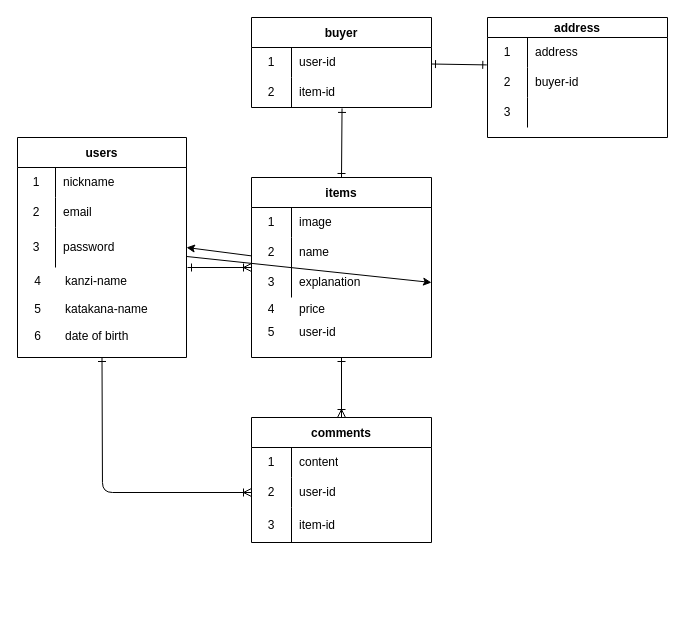
This is furima.dio from i-ga-ra-shi/furima-37346, a draw.io file, before an edit. Source tidied: cells renumbered, new cells numbered last; positions are measured from the earlier drawing's top-left corner, leaving out a move shared by most shapes. Both pictures are drawn from the tidied source at 100%, with x=0, y=0 at pixel (17, 17).
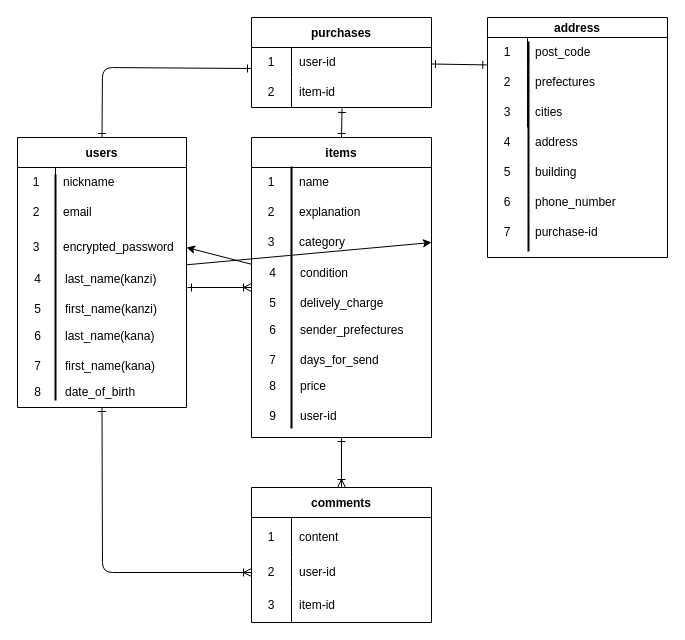
The same diagram, later.

Commit message (it also covers changes not shown here):
データベース設計(2)

Unchanged cells that the change refers to:
```xml
<mxCell id="12" style="shape=tableRow;horizontal=0;startSize=0;swimlaneHead=0;swimlaneBody=0;top=0;left=0;bottom=0;right=0;fillColor=none;" parent="5" vertex="1">
  <mxGeometry y="90" width="169" height="40" as="geometry" />
</mxCell>
<mxCell id="18" style="shape=tableRow;horizontal=0;startSize=0;swimlaneHead=0;swimlaneBody=0;top=0;left=0;bottom=0;right=0;fillColor=none;" parent="17" vertex="1">
  <mxGeometry y="30" width="180" height="30" as="geometry" />
</mxCell>
<mxCell id="21" style="shape=tableRow;horizontal=0;startSize=0;swimlaneHead=0;swimlaneBody=0;top=0;left=0;bottom=0;right=0;fillColor=none;" parent="17" vertex="1">
  <mxGeometry y="60" width="180" height="30" as="geometry" />
</mxCell>
<mxCell id="24" style="shape=tableRow;horizontal=0;startSize=0;swimlaneHead=0;swimlaneBody=0;top=0;left=0;bottom=0;right=0;fillColor=none;" parent="17" vertex="1">
  <mxGeometry y="90" width="180" height="30" as="geometry" />
</mxCell>
<mxCell id="47" style="shape=tableRow;horizontal=0;startSize=0;swimlaneHead=0;swimlaneBody=0;top=0;left=0;bottom=0;right=0;fillColor=none;" parent="46" vertex="1">
  <mxGeometry y="20" width="180" height="30" as="geometry" />
</mxCell>
<mxCell id="50" style="shape=tableRow;horizontal=0;startSize=0;swimlaneHead=0;swimlaneBody=0;top=0;left=0;bottom=0;right=0;fillColor=none;points=[[0,0.5],[1,0.5]];portConstraint=eastwest;" parent="46" vertex="1">
  <mxGeometry y="50" width="180" height="30" as="geometry" />
</mxCell>
<mxCell id="53" style="shape=tableRow;horizontal=0;startSize=0;swimlaneHead=0;swimlaneBody=0;top=0;left=0;bottom=0;right=0;fillColor=none;" parent="46" vertex="1">
  <mxGeometry y="80" width="180" height="30" as="geometry" />
</mxCell>
```

Change to the diagram source:
```diff
@@
     <mxCell id="3" style="edgeStyle=none;html=1;startArrow=ERone;startFill=0;endArrow=ERoneToMany;endFill=0;" parent="1" edge="1" target="17">
       <mxGeometry relative="1" as="geometry">
-        <mxPoint x="170" y="250" as="sourcePoint" />
+        <mxPoint x="170" y="270" as="sourcePoint" />
       </mxGeometry>
     </mxCell>
     <mxCell id="4" style="edgeStyle=none;html=1;entryX=0;entryY=0.5;entryDx=0;entryDy=0;startArrow=ERone;startFill=0;endArrow=ERoneToMany;endFill=0;exitX=0.5;exitY=1;exitDx=0;exitDy=0;" parent="1" edge="1" source="5" target="32">
       <mxGeometry relative="1" as="geometry">
         <Array as="points">
-          <mxPoint x="85" y="475" />
+          <mxPoint x="85" y="555" />
         </Array>
       </mxGeometry>
     </mxCell>
     <mxCell id="5" value="users" style="shape=table;startSize=30;childLayout=tableLayout;rowLines=0;fontStyle=1;" parent="1" vertex="1">
-      <mxGeometry y="120" width="169" height="220" as="geometry" />
+      <mxGeometry y="120" width="169" height="270" as="geometry" />
     </mxCell>
@@
-    <mxCell id="14" value="password" style="shape=partialRectangle;html=1;whiteSpace=wrap;fillColor=none;top=0;left=0;bottom=0;right=0;align=left;spacingLeft=6;overflow=hidden;" parent="12" vertex="1">
+    <mxCell id="14" value="encrypted_password" style="shape=partialRectangle;html=1;whiteSpace=wrap;fillColor=none;top=0;left=0;bottom=0;right=0;align=left;spacingLeft=6;overflow=hidden;" parent="12" vertex="1">
       <mxGeometry x="38" width="131" height="40" as="geometry" />
     </mxCell>
@@
     <mxCell id="17" value="items" style="shape=table;startSize=30;childLayout=tableLayout;rowLines=0;fontStyle=1;" parent="1" vertex="1">
-      <mxGeometry x="234" y="160" width="180" height="180" as="geometry" />
+      <mxGeometry x="234" y="120" width="180" height="300" as="geometry" />
     </mxCell>
@@
-    <mxCell id="20" value="image" style="shape=partialRectangle;html=1;whiteSpace=wrap;fillColor=none;top=0;left=0;bottom=0;right=0;align=left;spacingLeft=6;overflow=hidden;" parent="18" vertex="1">
+    <mxCell id="20" value="name" style="shape=partialRectangle;html=1;whiteSpace=wrap;fillColor=none;top=0;left=0;bottom=0;right=0;align=left;spacingLeft=6;overflow=hidden;" parent="18" vertex="1">
       <mxGeometry x="40" width="140" height="30" as="geometry" />
     </mxCell>
@@
-    <mxCell id="23" value="name" style="shape=partialRectangle;html=1;whiteSpace=wrap;fillColor=none;top=0;left=0;bottom=0;right=0;align=left;spacingLeft=6;overflow=hidden;" parent="21" vertex="1">
+    <mxCell id="23" value="explanation" style="shape=partialRectangle;html=1;whiteSpace=wrap;fillColor=none;top=0;left=0;bottom=0;right=0;align=left;spacingLeft=6;overflow=hidden;" parent="21" vertex="1">
       <mxGeometry x="40" width="140" height="30" as="geometry" />
     </mxCell>
@@
-    <mxCell id="26" value="explanation" style="shape=partialRectangle;html=1;whiteSpace=wrap;fillColor=none;top=0;left=0;bottom=0;right=0;align=left;spacingLeft=6;overflow=hidden;" parent="24" vertex="1">
+    <mxCell id="26" value="category" style="shape=partialRectangle;html=1;whiteSpace=wrap;fillColor=none;top=0;left=0;bottom=0;right=0;align=left;spacingLeft=6;overflow=hidden;" parent="24" vertex="1">
       <mxGeometry x="40" width="140" height="30" as="geometry" />
     </mxCell>
@@
     <mxCell id="28" value="comments" style="shape=table;startSize=30;childLayout=tableLayout;rowLines=0;fontStyle=1;" parent="1" vertex="1">
-      <mxGeometry x="234" y="400" width="180" height="125" as="geometry" />
+      <mxGeometry x="234" y="470" width="180" height="135" as="geometry" />
     </mxCell>
     <mxCell id="29" style="shape=tableRow;horizontal=0;startSize=0;swimlaneHead=0;swimlaneBody=0;top=0;left=0;bottom=0;right=0;fillColor=none;" parent="28" vertex="1">
-      <mxGeometry y="30" width="180" height="30" as="geometry" />
+      <mxGeometry y="30" width="180" height="40" as="geometry" />
     </mxCell>
     <mxCell id="30" value="1" style="shape=partialRectangle;html=1;whiteSpace=wrap;fillColor=none;top=0;left=0;bottom=0;right=0;overflow=hidden;" parent="29" vertex="1">
-      <mxGeometry width="40" height="30" as="geometry" />
+      <mxGeometry width="40" height="40" as="geometry" />
     </mxCell>
     <mxCell id="31" value="content" style="shape=partialRectangle;html=1;whiteSpace=wrap;fillColor=none;top=0;left=0;bottom=0;right=0;align=left;spacingLeft=6;overflow=hidden;" parent="29" vertex="1">
-      <mxGeometry x="40" width="140" height="30" as="geometry" />
+      <mxGeometry x="40" width="140" height="40" as="geometry" />
     </mxCell>
     <mxCell id="32" style="shape=tableRow;horizontal=0;startSize=0;swimlaneHead=0;swimlaneBody=0;top=0;left=0;bottom=0;right=0;fillColor=none;points=[[0,0.5],[1,0.5]];portConstraint=eastwest;" parent="28" vertex="1">
-      <mxGeometry y="60" width="180" height="30" as="geometry" />
+      <mxGeometry y="70" width="180" height="30" as="geometry" />
     </mxCell>
@@
     <mxCell id="35" style="shape=tableRow;horizontal=0;startSize=0;swimlaneHead=0;swimlaneBody=0;top=0;left=0;bottom=0;right=0;fillColor=none;" parent="28" vertex="1">
-      <mxGeometry y="90" width="180" height="35" as="geometry" />
+      <mxGeometry y="100" width="180" height="35" as="geometry" />
     </mxCell>
@@
-    <mxCell id="39" value="buyer" style="shape=table;startSize=30;childLayout=tableLayout;rowLines=0;fontStyle=1;" parent="1" vertex="1">
+    <mxCell id="39" value="purchases" style="shape=table;startSize=30;childLayout=tableLayout;rowLines=0;fontStyle=1;" parent="1" vertex="1">
       <mxGeometry x="234" width="180" height="90" as="geometry" />
     </mxCell>
@@
     <mxCell id="46" value="address" style="shape=table;startSize=20;childLayout=tableLayout;rowLines=0;fontStyle=1;" parent="1" vertex="1">
-      <mxGeometry x="470" width="180" height="120" as="geometry" />
+      <mxGeometry x="470" width="180" height="240" as="geometry" />
     </mxCell>
@@
-    <mxCell id="49" value="address" style="shape=partialRectangle;html=1;whiteSpace=wrap;fillColor=none;top=0;left=0;bottom=0;right=0;align=left;spacingLeft=6;overflow=hidden;" parent="47" vertex="1">
+    <mxCell id="49" value="post_code" style="shape=partialRectangle;html=1;whiteSpace=wrap;fillColor=none;top=0;left=0;bottom=0;right=0;align=left;spacingLeft=6;overflow=hidden;" parent="47" vertex="1">
       <mxGeometry x="40" width="140" height="30" as="geometry" />
     </mxCell>
@@
-    <mxCell id="52" value="buyer-id" style="shape=partialRectangle;html=1;whiteSpace=wrap;fillColor=none;top=0;left=0;bottom=0;right=0;align=left;spacingLeft=6;overflow=hidden;" parent="50" vertex="1">
+    <mxCell id="52" value="prefectures" style="shape=partialRectangle;html=1;whiteSpace=wrap;fillColor=none;top=0;left=0;bottom=0;right=0;align=left;spacingLeft=6;overflow=hidden;" parent="50" vertex="1">
       <mxGeometry x="40" width="140" height="30" as="geometry" />
     </mxCell>
@@
-    <mxCell id="55" style="shape=partialRectangle;html=1;whiteSpace=wrap;fillColor=none;top=0;left=0;bottom=0;right=0;align=left;spacingLeft=6;overflow=hidden;" parent="53" vertex="1">
+    <mxCell id="55" value="cities" style="shape=partialRectangle;html=1;whiteSpace=wrap;fillColor=none;top=0;left=0;bottom=0;right=0;align=left;spacingLeft=6;overflow=hidden;" parent="53" vertex="1">
       <mxGeometry x="40" width="140" height="30" as="geometry" />
     </mxCell>
-    <mxCell id="56" value="kanzi-name" style="shape=partialRectangle;html=1;whiteSpace=wrap;fillColor=none;top=0;left=0;bottom=0;right=0;align=left;spacingLeft=6;overflow=hidden;" parent="1" vertex="1">
-      <mxGeometry x="40" y="249" width="140" height="30" as="geometry" />
+    <mxCell id="56" value="last_name(kanzi)" style="shape=partialRectangle;html=1;whiteSpace=wrap;fillColor=none;top=0;left=0;bottom=0;right=0;align=left;spacingLeft=6;overflow=hidden;" parent="1" vertex="1">
+      <mxGeometry x="40" y="247" width="140" height="30" as="geometry" />
     </mxCell>
     <mxCell id="57" value="4" style="text;html=1;align=center;verticalAlign=middle;strokeColor=none;fillColor=none;" parent="1" vertex="1">
-      <mxGeometry x="5" y="249" width="30" height="30" as="geometry" />
+      <mxGeometry x="5" y="247" width="30" height="30" as="geometry" />
     </mxCell>
-    <mxCell id="58" value="katakana-name" style="shape=partialRectangle;html=1;whiteSpace=wrap;fillColor=none;top=0;left=0;bottom=0;right=0;align=left;spacingLeft=6;overflow=hidden;" parent="1" vertex="1">
+    <mxCell id="58" value="first_name(kanzi)" style="shape=partialRectangle;html=1;whiteSpace=wrap;fillColor=none;top=0;left=0;bottom=0;right=0;align=left;spacingLeft=6;overflow=hidden;" parent="1" vertex="1">
       <mxGeometry x="40" y="277" width="140" height="30" as="geometry" />
     </mxCell>
@@
-    <mxCell id="60" value="price" style="shape=partialRectangle;html=1;whiteSpace=wrap;fillColor=none;top=0;left=0;bottom=0;right=0;align=left;spacingLeft=6;overflow=hidden;" parent="1" vertex="1">
-      <mxGeometry x="274" y="277" width="140" height="30" as="geometry" />
-    </mxCell>
@@
-    <mxCell id="62" value="date of birth" style="shape=partialRectangle;html=1;whiteSpace=wrap;fillColor=none;top=0;left=0;bottom=0;right=0;align=left;spacingLeft=6;overflow=hidden;" parent="1" vertex="1">
-      <mxGeometry x="40" y="304" width="140" height="30" as="geometry" />
+    <mxCell id="62" value="date_of_birth" style="shape=partialRectangle;html=1;whiteSpace=wrap;fillColor=none;top=0;left=0;bottom=0;right=0;align=left;spacingLeft=6;overflow=hidden;" parent="1" vertex="1">
+      <mxGeometry x="40" y="360" width="140" height="30" as="geometry" />
     </mxCell>
-    <mxCell id="63" value="4" style="shape=partialRectangle;html=1;whiteSpace=wrap;fillColor=none;top=0;left=0;bottom=0;right=0;overflow=hidden;" parent="1" vertex="1">
-      <mxGeometry x="234" y="277" width="40" height="30" as="geometry" />
-    </mxCell>
@@
+    <mxCell id="68" value="7" style="text;html=1;align=center;verticalAlign=middle;strokeColor=none;fillColor=none;" parent="1" vertex="1">
+      <mxGeometry x="5" y="334" width="30" height="30" as="geometry" />
+    </mxCell>
+    <mxCell id="69" value="8" style="text;html=1;align=center;verticalAlign=middle;strokeColor=none;fillColor=none;" parent="1" vertex="1">
+      <mxGeometry x="5" y="360" width="30" height="30" as="geometry" />
+    </mxCell>
+    <mxCell id="70" value="last_name(kana)" style="shape=partialRectangle;html=1;whiteSpace=wrap;fillColor=none;top=0;left=0;bottom=0;right=0;align=left;spacingLeft=6;overflow=hidden;" parent="1" vertex="1">
+      <mxGeometry x="40" y="304" width="140" height="30" as="geometry" />
+    </mxCell>
+    <mxCell id="71" value="first_name(kana)" style="shape=partialRectangle;html=1;whiteSpace=wrap;fillColor=none;top=0;left=0;bottom=0;right=0;align=left;spacingLeft=6;overflow=hidden;" parent="1" vertex="1">
+      <mxGeometry x="40" y="334" width="140" height="30" as="geometry" />
+    </mxCell>
+    <mxCell id="72" style="line;strokeWidth=2;html=1;labelBackgroundColor=#18141D;rotation=90;" parent="1" vertex="1">
+      <mxGeometry x="-75" y="265" width="226" height="10" as="geometry" />
+    </mxCell>
+    <mxCell id="73" value="condition" style="shape=partialRectangle;html=1;whiteSpace=wrap;fillColor=none;top=0;left=0;bottom=0;right=0;align=left;spacingLeft=6;overflow=hidden;" parent="1" vertex="1">
+      <mxGeometry x="275" y="240.5" width="140" height="30" as="geometry" />
+    </mxCell>
+    <mxCell id="74" value="4" style="text;html=1;align=center;verticalAlign=middle;strokeColor=none;fillColor=none;" parent="1" vertex="1">
+      <mxGeometry x="240" y="240.5" width="30" height="30" as="geometry" />
+    </mxCell>
+    <mxCell id="75" value="delively_charge" style="shape=partialRectangle;html=1;whiteSpace=wrap;fillColor=none;top=0;left=0;bottom=0;right=0;align=left;spacingLeft=6;overflow=hidden;" parent="1" vertex="1">
+      <mxGeometry x="275" y="270.5" width="140" height="30" as="geometry" />
+    </mxCell>
+    <mxCell id="76" value="5" style="text;html=1;align=center;verticalAlign=middle;strokeColor=none;fillColor=none;" parent="1" vertex="1">
+      <mxGeometry x="240" y="270.5" width="30" height="30" as="geometry" />
+    </mxCell>
+    <mxCell id="77" value="6" style="text;html=1;align=center;verticalAlign=middle;strokeColor=none;fillColor=none;" parent="1" vertex="1">
+      <mxGeometry x="240" y="297.5" width="30" height="30" as="geometry" />
+    </mxCell>
+    <mxCell id="60" value="price" style="shape=partialRectangle;html=1;whiteSpace=wrap;fillColor=none;top=0;left=0;bottom=0;right=0;align=left;spacingLeft=6;overflow=hidden;" parent="1" vertex="1">
+      <mxGeometry x="275" y="353.5" width="140" height="30" as="geometry" />
+    </mxCell>
+    <mxCell id="78" value="7" style="text;html=1;align=center;verticalAlign=middle;strokeColor=none;fillColor=none;" parent="1" vertex="1">
+      <mxGeometry x="240" y="327.5" width="30" height="30" as="geometry" />
+    </mxCell>
+    <mxCell id="79" value="8" style="text;html=1;align=center;verticalAlign=middle;strokeColor=none;fillColor=none;" parent="1" vertex="1">
+      <mxGeometry x="240" y="353.5" width="30" height="30" as="geometry" />
+    </mxCell>
+    <mxCell id="80" value="sender_prefectures" style="shape=partialRectangle;html=1;whiteSpace=wrap;fillColor=none;top=0;left=0;bottom=0;right=0;align=left;spacingLeft=6;overflow=hidden;" parent="1" vertex="1">
+      <mxGeometry x="275" y="297.5" width="140" height="30" as="geometry" />
+    </mxCell>
+    <mxCell id="81" value="days_for_send" style="shape=partialRectangle;html=1;whiteSpace=wrap;fillColor=none;top=0;left=0;bottom=0;right=0;align=left;spacingLeft=6;overflow=hidden;" parent="1" vertex="1">
+      <mxGeometry x="275" y="327.5" width="140" height="30" as="geometry" />
+    </mxCell>
+    <mxCell id="82" style="line;strokeWidth=2;html=1;labelBackgroundColor=#18141D;rotation=90;" parent="1" vertex="1">
+      <mxGeometry x="143" y="275" width="262" height="10" as="geometry" />
+    </mxCell>
+    <mxCell id="67" value="user-id" style="shape=partialRectangle;html=1;whiteSpace=wrap;fillColor=none;top=0;left=0;bottom=0;right=0;align=left;spacingLeft=6;overflow=hidden;" parent="1" vertex="1">
+      <mxGeometry x="275" y="383.5" width="140" height="30" as="geometry" />
+    </mxCell>
+    <mxCell id="83" value="9" style="text;html=1;align=center;verticalAlign=middle;strokeColor=none;fillColor=none;" parent="1" vertex="1">
+      <mxGeometry x="240" y="383.5" width="30" height="30" as="geometry" />
+    </mxCell>
+    <mxCell id="84" style="shape=tableRow;horizontal=0;startSize=0;swimlaneHead=0;swimlaneBody=0;top=0;left=0;bottom=0;right=0;fillColor=none;" parent="1" vertex="1">
+      <mxGeometry x="470" y="110" width="180" height="30" as="geometry" />
+    </mxCell>
+    <mxCell id="63" value="4" style="shape=partialRectangle;html=1;whiteSpace=wrap;fillColor=none;top=0;left=0;bottom=0;right=0;overflow=hidden;" parent="84" vertex="1">
+      <mxGeometry width="40" height="30" as="geometry" />
+    </mxCell>
+    <mxCell id="85" value="address" style="shape=partialRectangle;html=1;whiteSpace=wrap;fillColor=none;top=0;left=0;bottom=0;right=0;align=left;spacingLeft=6;overflow=hidden;" parent="84" vertex="1">
+      <mxGeometry x="40" width="140" height="30" as="geometry" />
+    </mxCell>
+    <mxCell id="86" style="shape=tableRow;horizontal=0;startSize=0;swimlaneHead=0;swimlaneBody=0;top=0;left=0;bottom=0;right=0;fillColor=none;" parent="1" vertex="1">
+      <mxGeometry x="470" y="140" width="180" height="30" as="geometry" />
+    </mxCell>
-    <mxCell id="66" value="5" style="shape=partialRectangle;html=1;whiteSpace=wrap;fillColor=none;top=0;left=0;bottom=0;right=0;overflow=hidden;" parent="1" vertex="1">
-      <mxGeometry x="234" y="300" width="40" height="30" as="geometry" />
+    <mxCell id="66" value="5" style="shape=partialRectangle;html=1;whiteSpace=wrap;fillColor=none;top=0;left=0;bottom=0;right=0;overflow=hidden;" parent="86" vertex="1">
+      <mxGeometry width="40" height="30" as="geometry" />
     </mxCell>
-    <mxCell id="67" value="user-id" style="shape=partialRectangle;html=1;whiteSpace=wrap;fillColor=none;top=0;left=0;bottom=0;right=0;align=left;spacingLeft=6;overflow=hidden;" parent="1" vertex="1">
-      <mxGeometry x="274" y="300" width="140" height="30" as="geometry" />
-    </mxCell>
+    <mxCell id="87" value="building" style="shape=partialRectangle;html=1;whiteSpace=wrap;fillColor=none;top=0;left=0;bottom=0;right=0;align=left;spacingLeft=6;overflow=hidden;" parent="86" vertex="1">
+      <mxGeometry x="40" width="140" height="30" as="geometry" />
+    </mxCell>
+    <mxCell id="88" style="shape=tableRow;horizontal=0;startSize=0;swimlaneHead=0;swimlaneBody=0;top=0;left=0;bottom=0;right=0;fillColor=none;" parent="1" vertex="1">
+      <mxGeometry x="470" y="170" width="180" height="30" as="geometry" />
+    </mxCell>
+    <mxCell id="89" value="6" style="shape=partialRectangle;html=1;whiteSpace=wrap;fillColor=none;top=0;left=0;bottom=0;right=0;overflow=hidden;" parent="88" vertex="1">
+      <mxGeometry width="40" height="30" as="geometry" />
+    </mxCell>
+    <mxCell id="90" value="phone_number" style="shape=partialRectangle;html=1;whiteSpace=wrap;fillColor=none;top=0;left=0;bottom=0;right=0;align=left;spacingLeft=6;overflow=hidden;" parent="88" vertex="1">
+      <mxGeometry x="40" width="140" height="30" as="geometry" />
+    </mxCell>
+    <mxCell id="91" style="shape=tableRow;horizontal=0;startSize=0;swimlaneHead=0;swimlaneBody=0;top=0;left=0;bottom=0;right=0;fillColor=none;" parent="1" vertex="1">
+      <mxGeometry x="470" y="200" width="180" height="30" as="geometry" />
+    </mxCell>
+    <mxCell id="92" value="7" style="shape=partialRectangle;html=1;whiteSpace=wrap;fillColor=none;top=0;left=0;bottom=0;right=0;overflow=hidden;" parent="91" vertex="1">
+      <mxGeometry width="40" height="30" as="geometry" />
+    </mxCell>
+    <mxCell id="93" value="purchase-id" style="shape=partialRectangle;html=1;whiteSpace=wrap;fillColor=none;top=0;left=0;bottom=0;right=0;align=left;spacingLeft=6;overflow=hidden;" parent="91" vertex="1">
+      <mxGeometry x="40" width="140" height="30" as="geometry" />
+    </mxCell>
+    <mxCell id="94" style="line;strokeWidth=2;html=1;labelBackgroundColor=#18141D;rotation=90;" parent="1" vertex="1">
+      <mxGeometry x="406" y="124" width="210" height="10" as="geometry" />
+    </mxCell>
+    <mxCell id="95" style="edgeStyle=none;html=1;startArrow=ERone;startFill=0;endArrow=ERone;endFill=0;exitX=0.5;exitY=0;exitDx=0;exitDy=0;" parent="1" edge="1" source="5">
+      <mxGeometry relative="1" as="geometry">
+        <mxPoint x="234" y="51" as="targetPoint" />
+        <Array as="points">
+          <mxPoint x="85" y="50" />
+        </Array>
+      </mxGeometry>
+    </mxCell>
```
